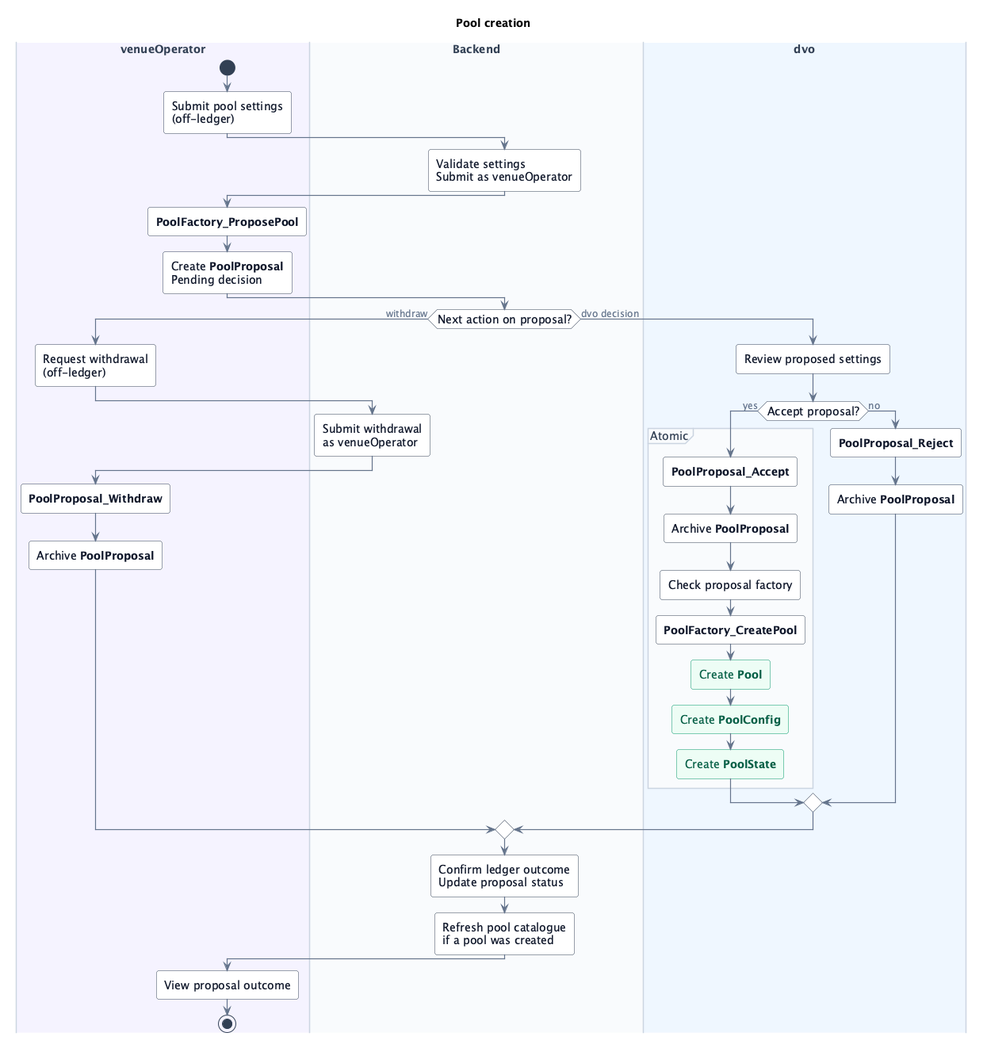
The PlantUML diagram docs/flows/images/pool-creation.png in laurenmxv/canton-dex, before a commit.
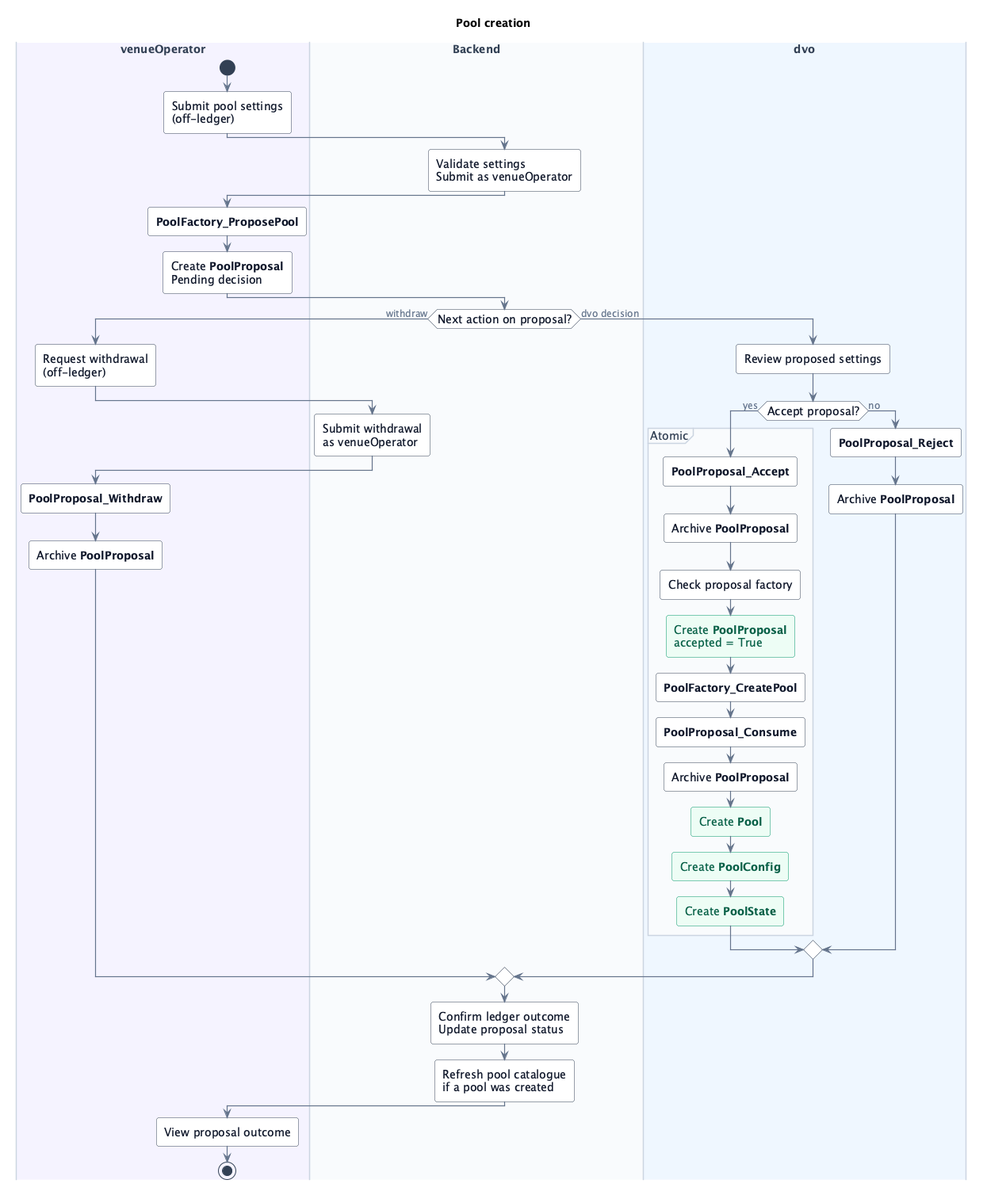
Above is the later version.

Commit message:
Require accepted pool proposals for pool creation

Diff of the diagram source:
```diff
@@ -1,4 +1,6 @@
 @startuml pool-creation
+skinparamlocked dpiCommandLine 200
+skinparamlocked dpiCommandLine 200
 skinparamlocked dpiCommandLine 200
 <style>
 activityDiagram {
@@ -75,7 +77,10 @@
       :**PoolProposal_Accept**;
       :Archive **PoolProposal**;
       :Check proposal factory;
+      :Create **PoolProposal**\naccepted = True; <<created>>
       :**PoolFactory_CreatePool**;
+      :**PoolProposal_Consume**;
+      :Archive **PoolProposal**;
       :Create **Pool**; <<created>>
       :Create **PoolConfig**; <<created>>
       :Create **PoolState**; <<created>>
```
